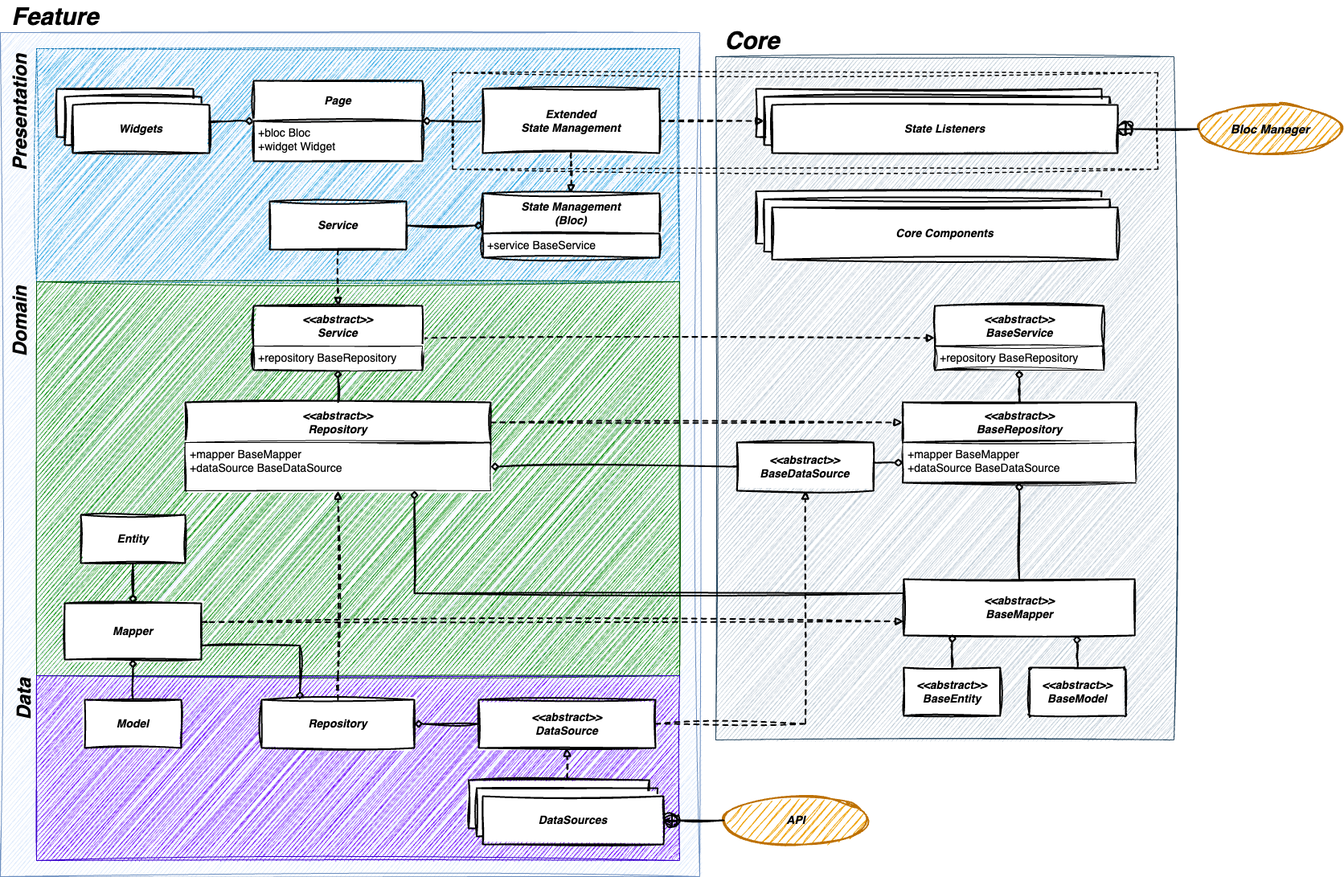
Above: architecture.drawio.png in hamed-rezaee/flutter_component_architecture_poc (draw.io), before the change. Source tidied: cells renumbered, new cells last; positions are measured from the earlier drawing's top-left corner, leaving out a move shared by most shapes.
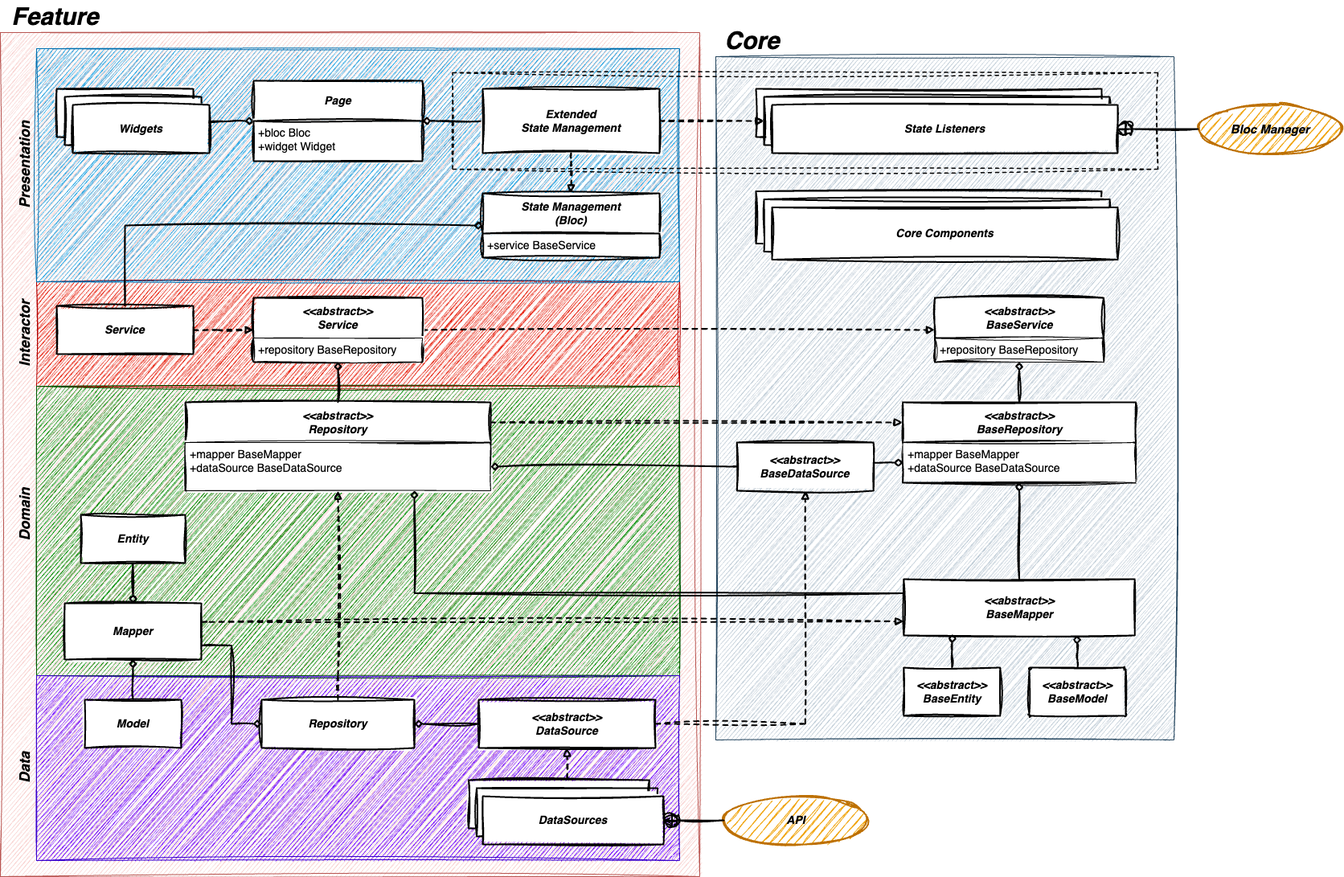
Above is the later version.

Commit message:
update uml diagram

Change to the diagram source:
```diff
@@ -2,14 +2,17 @@
   <root>
     <mxCell id="0" />
     <mxCell id="1" parent="0" />
+    <mxCell id="3" style="rounded=0;whiteSpace=wrap;html=1;sketch=1;curveFitting=1;jiggle=2;fillColor=#f8cecc;strokeColor=#b85450;" parent="1" vertex="1">
+      <mxGeometry y="40" width="870" height="1050" as="geometry" />
+    </mxCell>
+    <mxCell id="77" style="rounded=0;whiteSpace=wrap;html=1;fillColor=#e51400;strokeColor=#B20000;sketch=1;curveFitting=1;jiggle=2;fontColor=#ffffff;" parent="1" vertex="1">
+      <mxGeometry x="45" y="350" width="800" height="130" as="geometry" />
+    </mxCell>
     <mxCell id="2" style="rounded=0;whiteSpace=wrap;html=1;fillColor=#1ba1e2;strokeColor=#006EAF;sketch=1;curveFitting=1;jiggle=2;fontColor=#ffffff;" parent="1" vertex="1">
       <mxGeometry x="45" y="60" width="800" height="290" as="geometry" />
     </mxCell>
-    <mxCell id="3" style="rounded=0;whiteSpace=wrap;html=1;sketch=1;curveFitting=1;jiggle=2;fillColor=#dae8fc;strokeColor=#6c8ebf;" parent="1" vertex="1">
-      <mxGeometry y="40" width="870" height="1050" as="geometry" />
-    </mxCell>
     <mxCell id="4" style="rounded=0;whiteSpace=wrap;html=1;sketch=1;curveFitting=1;jiggle=2;fillColor=#008a00;strokeColor=#005700;fontColor=#ffffff;" parent="1" vertex="1">
-      <mxGeometry x="45" y="350" width="800" height="490" as="geometry" />
+      <mxGeometry x="45" y="480" width="800" height="360" as="geometry" />
     </mxCell>
     <mxCell id="5" style="rounded=0;whiteSpace=wrap;html=1;fillColor=#6a00ff;strokeColor=#3700CC;sketch=1;curveFitting=1;jiggle=2;fontColor=#ffffff;" parent="1" vertex="1">
       <mxGeometry x="45" y="840" width="800" height="230" as="geometry" />
@@ -59,7 +62,7 @@
       <mxGeometry relative="1" as="geometry" />
     </mxCell>
     <mxCell id="18" value="&lt;b style=&quot;border-color: var(--border-color); font-size: 12px;&quot;&gt;&lt;i style=&quot;border-color: var(--border-color);&quot;&gt;&lt;font style=&quot;border-color: var(--border-color); font-size: 14px;&quot;&gt;&amp;lt;&amp;lt;abstract&amp;gt;&amp;gt;&lt;br style=&quot;border-color: var(--border-color);&quot;&gt;Service&lt;/font&gt;&lt;/i&gt;&lt;/b&gt;" style="swimlane;horizontal=1;startSize=50;rounded=0;fontSize=14;fontStyle=0;strokeWidth=2;shadow=0;dashed=0;align=center;arcSize=4;whiteSpace=wrap;html=1;sketch=1;curveFitting=1;jiggle=2;swimlaneFillColor=default;" parent="1" vertex="1">
-      <mxGeometry x="315" y="380" width="210" height="80" as="geometry" />
+      <mxGeometry x="315" y="370" width="210" height="80" as="geometry" />
     </mxCell>
     <mxCell id="19" value="&lt;font style=&quot;font-size: 14px;&quot;&gt;+repository BaseRepository&lt;/font&gt;" style="align=left;spacingLeft=4;fontSize=12;verticalAlign=top;html=1;sketch=1;curveFitting=1;jiggle=2;" parent="18" vertex="1">
       <mxGeometry y="50" width="210" height="30" as="geometry" />
@@ -67,14 +70,16 @@
     <mxCell id="20" value="&lt;b&gt;&lt;i&gt;&lt;font style=&quot;font-size: 14px;&quot;&gt;Repository&lt;br&gt;&lt;/font&gt;&lt;/i&gt;&lt;/b&gt;" style="rounded=0;whiteSpace=wrap;html=1;sketch=1;curveFitting=1;jiggle=2;fontSize=14;fontStyle=0;startSize=50;strokeWidth=2;shadow=0;dashed=0;arcSize=4;" parent="1" vertex="1">
       <mxGeometry x="325" y="870" width="190" height="60" as="geometry" />
     </mxCell>
-    <mxCell id="21" style="edgeStyle=orthogonalEdgeStyle;rounded=0;jettySize=auto;html=1;exitX=1;exitY=0.5;exitDx=0;exitDy=0;entryX=0;entryY=0.5;entryDx=0;entryDy=0;endArrow=diamond;endFill=0;sketch=1;curveFitting=1;jiggle=2;strokeWidth=2;" parent="1" edge="1" source="23" target="24">
-      <mxGeometry relative="1" as="geometry" />
-    </mxCell>
-    <mxCell id="22" style="edgeStyle=orthogonalEdgeStyle;rounded=0;jettySize=auto;html=1;exitX=0.5;exitY=1;exitDx=0;exitDy=0;entryX=0.5;entryY=0;entryDx=0;entryDy=0;endArrow=block;endFill=0;sketch=1;curveFitting=1;jiggle=2;dashed=1;strokeWidth=2;" parent="1" edge="1" source="23" target="18">
-      <mxGeometry relative="1" as="geometry" />
+    <mxCell id="22" style="edgeStyle=orthogonalEdgeStyle;rounded=0;jettySize=auto;html=1;exitX=1;exitY=0.5;exitDx=0;exitDy=0;entryX=0;entryY=0.5;entryDx=0;entryDy=0;endArrow=block;endFill=0;sketch=1;curveFitting=1;jiggle=2;dashed=1;strokeWidth=2;" parent="1" edge="1" source="23" target="18">
+      <mxGeometry relative="1" as="geometry">
+        <Array as="points">
+          <mxPoint x="270" y="410" />
+          <mxPoint x="270" y="410" />
+        </Array>
+      </mxGeometry>
     </mxCell>
     <mxCell id="23" value="&lt;b&gt;&lt;i&gt;&lt;font style=&quot;font-size: 14px;&quot;&gt;Service&lt;br&gt;&lt;/font&gt;&lt;/i&gt;&lt;/b&gt;" style="rounded=0;whiteSpace=wrap;html=1;sketch=1;curveFitting=1;jiggle=2;fontSize=14;fontStyle=0;startSize=50;strokeWidth=2;shadow=0;dashed=0;arcSize=4;" parent="1" vertex="1">
-      <mxGeometry x="335" y="250" width="170" height="60" as="geometry" />
+      <mxGeometry x="70" y="380" width="170" height="60" as="geometry" />
     </mxCell>
     <mxCell id="24" value="&lt;b&gt;&lt;i&gt;State&amp;nbsp;Management&lt;br&gt;(Bloc)&lt;br&gt;&lt;/i&gt;&lt;/b&gt;" style="swimlane;horizontal=1;startSize=50;rounded=0;fontSize=14;fontStyle=0;strokeWidth=2;shadow=0;dashed=0;align=center;arcSize=4;whiteSpace=wrap;html=1;sketch=1;curveFitting=1;jiggle=2;swimlaneFillColor=default;labelBorderColor=none;fillColor=default;" parent="1" vertex="1">
       <mxGeometry x="600" y="240" width="220" height="80" as="geometry" />
@@ -96,11 +101,11 @@
     <mxCell id="29" value="&lt;font style=&quot;font-size: 14px;&quot;&gt;+bloc Bloc&lt;br&gt;+widget Widget&lt;/font&gt;" style="align=left;strokeColor=none;fillColor=none;spacingLeft=4;fontSize=12;verticalAlign=top;html=1;sketch=1;curveFitting=1;jiggle=2;" parent="28" vertex="1">
       <mxGeometry y="50" width="210" height="50" as="geometry" />
     </mxCell>
-    <mxCell id="30" value="Presentation" style="text;strokeColor=none;fillColor=none;html=1;fontSize=24;fontStyle=3;verticalAlign=middle;align=center;sketch=1;curveFitting=1;jiggle=2;horizontal=0;" parent="1" vertex="1">
-      <mxGeometry x="10" y="120" width="30" height="40" as="geometry" />
+    <mxCell id="30" value="Presentation" style="text;strokeColor=none;fillColor=none;html=1;fontSize=18;fontStyle=3;verticalAlign=middle;align=center;sketch=1;curveFitting=1;jiggle=2;horizontal=0;" parent="1" vertex="1">
+      <mxGeometry x="15" y="185" width="30" height="40" as="geometry" />
     </mxCell>
-    <mxCell id="31" value="Data" style="text;strokeColor=none;fillColor=none;html=1;fontSize=24;fontStyle=3;verticalAlign=middle;align=center;sketch=1;curveFitting=1;jiggle=2;horizontal=0;" parent="1" vertex="1">
-      <mxGeometry x="15" y="850" width="30" height="40" as="geometry" />
+    <mxCell id="31" value="Data" style="text;strokeColor=none;fillColor=none;html=1;fontSize=18;fontStyle=3;verticalAlign=middle;align=center;sketch=1;curveFitting=1;jiggle=2;horizontal=0;" parent="1" vertex="1">
+      <mxGeometry x="15" y="935" width="30" height="40" as="geometry" />
     </mxCell>
     <mxCell id="32" style="edgeStyle=orthogonalEdgeStyle;rounded=0;jettySize=auto;html=1;" parent="1" edge="1" source="33" target="68">
       <mxGeometry relative="1" as="geometry" />
@@ -195,7 +200,7 @@
       <mxGeometry y="50" width="290" height="50" as="geometry" />
     </mxCell>
     <mxCell id="58" value="&lt;b style=&quot;border-color: var(--border-color); font-size: 12px;&quot;&gt;&lt;i style=&quot;border-color: var(--border-color);&quot;&gt;&lt;font style=&quot;border-color: var(--border-color); font-size: 14px;&quot;&gt;&amp;lt;&amp;lt;abstract&amp;gt;&amp;gt;&lt;br style=&quot;border-color: var(--border-color);&quot;&gt;BaseService&lt;/font&gt;&lt;/i&gt;&lt;/b&gt;" style="swimlane;horizontal=1;startSize=50;rounded=0;fontSize=14;fontStyle=0;strokeWidth=2;shadow=0;dashed=0;align=center;arcSize=4;whiteSpace=wrap;html=1;sketch=1;curveFitting=1;jiggle=2;swimlaneFillColor=default;" parent="1" vertex="1">
-      <mxGeometry x="1162.5" y="380" width="210" height="80" as="geometry" />
+      <mxGeometry x="1162.5" y="370" width="210" height="80" as="geometry" />
     </mxCell>
     <mxCell id="59" value="&lt;font style=&quot;font-size: 14px;&quot;&gt;+repository BaseRepository&lt;/font&gt;" style="align=left;spacingLeft=4;fontSize=12;verticalAlign=top;html=1;sketch=1;curveFitting=1;jiggle=2;" parent="58" vertex="1">
       <mxGeometry y="50" width="210" height="30" as="geometry" />
@@ -206,8 +211,8 @@
     <mxCell id="61" value="&lt;b&gt;&lt;i&gt;&lt;font style=&quot;font-size: 14px;&quot;&gt;Core Components&lt;br&gt;&lt;/font&gt;&lt;/i&gt;&lt;/b&gt;" style="rounded=0;whiteSpace=wrap;html=1;sketch=1;curveFitting=1;jiggle=2;fontSize=14;fontStyle=0;startSize=50;strokeWidth=2;shadow=0;dashed=0;arcSize=4;" parent="1" vertex="1">
       <mxGeometry x="960" y="257.5" width="430" height="65" as="geometry" />
     </mxCell>
-    <mxCell id="62" value="Domain" style="text;strokeColor=none;fillColor=none;html=1;fontSize=24;fontStyle=3;verticalAlign=middle;align=center;sketch=1;curveFitting=1;jiggle=2;horizontal=0;" parent="1" vertex="1">
-      <mxGeometry x="10" y="380" width="30" height="40" as="geometry" />
+    <mxCell id="62" value="Domain" style="text;strokeColor=none;fillColor=none;html=1;fontSize=18;fontStyle=3;verticalAlign=middle;align=center;sketch=1;curveFitting=1;jiggle=2;horizontal=0;" parent="1" vertex="1">
+      <mxGeometry x="15" y="620" width="30" height="40" as="geometry" />
     </mxCell>
     <mxCell id="63" style="edgeStyle=orthogonalEdgeStyle;rounded=0;jettySize=auto;html=1;exitX=0.5;exitY=0;exitDx=0;exitDy=0;entryX=0.211;entryY=0.98;entryDx=0;entryDy=0;entryPerimeter=0;endArrow=diamond;endFill=0;sketch=1;curveFitting=1;jiggle=2;strokeWidth=2;" parent="1" edge="1" source="51" target="53">
       <mxGeometry relative="1" as="geometry" />
@@ -255,14 +260,6 @@
         </Array>
       </mxGeometry>
     </mxCell>
-    <mxCell id="72" style="edgeStyle=orthogonalEdgeStyle;rounded=0;jettySize=auto;html=1;exitX=0.5;exitY=0;exitDx=0;exitDy=0;entryX=0.5;entryY=1;entryDx=0;entryDy=0;endArrow=diamond;endFill=0;sketch=1;curveFitting=1;jiggle=2;strokeWidth=2;" parent="1" edge="1" source="56" target="58">
-      <mxGeometry relative="1" as="geometry">
-        <Array as="points">
-          <mxPoint x="1268" y="480" />
-          <mxPoint x="1268" y="480" />
-        </Array>
-      </mxGeometry>
-    </mxCell>
     <mxCell id="73" style="edgeStyle=orthogonalEdgeStyle;rounded=0;jettySize=auto;html=1;exitX=0.5;exitY=0;exitDx=0;exitDy=0;entryX=0.75;entryY=1;entryDx=0;entryDy=0;endArrow=diamond;endFill=0;sketch=1;curveFitting=1;jiggle=2;strokeWidth=2;" parent="1" edge="1" source="50" target="53">
       <mxGeometry relative="1" as="geometry" />
     </mxCell>
@@ -277,8 +274,21 @@
         </Array>
       </mxGeometry>
     </mxCell>
-    <mxCell id="76" style="edgeStyle=orthogonalEdgeStyle;rounded=0;jettySize=auto;html=1;exitX=1;exitY=0.75;exitDx=0;exitDy=0;entryX=0.25;entryY=0;entryDx=0;entryDy=0;endArrow=diamond;endFill=0;sketch=1;curveFitting=1;jiggle=2;strokeWidth=2;" parent="1" edge="1" source="8" target="20">
+    <mxCell id="76" style="edgeStyle=orthogonalEdgeStyle;rounded=0;jettySize=auto;html=1;exitX=1;exitY=0.75;exitDx=0;exitDy=0;entryX=0;entryY=0.5;entryDx=0;entryDy=0;endArrow=diamond;endFill=0;sketch=1;curveFitting=1;jiggle=2;strokeWidth=2;" parent="1" edge="1" source="8" target="20">
       <mxGeometry relative="1" as="geometry" />
     </mxCell>
+    <mxCell id="21" style="edgeStyle=orthogonalEdgeStyle;rounded=0;jettySize=auto;html=1;exitX=0.5;exitY=0;exitDx=0;exitDy=0;entryX=0;entryY=0.5;entryDx=0;entryDy=0;endArrow=diamond;endFill=0;sketch=1;curveFitting=1;jiggle=2;strokeWidth=2;" parent="1" edge="1" source="23" target="24">
+      <mxGeometry relative="1" as="geometry">
+        <Array as="points">
+          <mxPoint x="155" y="280" />
+        </Array>
+      </mxGeometry>
+    </mxCell>
+    <mxCell id="78" value="Interactor" style="text;strokeColor=none;fillColor=none;html=1;fontSize=18;fontStyle=3;verticalAlign=middle;align=center;sketch=1;curveFitting=1;jiggle=2;horizontal=0;" parent="1" vertex="1">
+      <mxGeometry x="15" y="395" width="30" height="40" as="geometry" />
+    </mxCell>
+    <mxCell id="79" style="edgeStyle=orthogonalEdgeStyle;rounded=0;jettySize=auto;html=1;exitX=0.5;exitY=0;exitDx=0;exitDy=0;entryX=0.5;entryY=1;entryDx=0;entryDy=0;endArrow=diamond;endFill=0;sketch=1;curveFitting=1;jiggle=2;strokeWidth=2;" parent="1" edge="1" source="56" target="59">
+      <mxGeometry relative="1" as="geometry" />
+    </mxCell>
   </root>
 </mxGraphModel>
```
